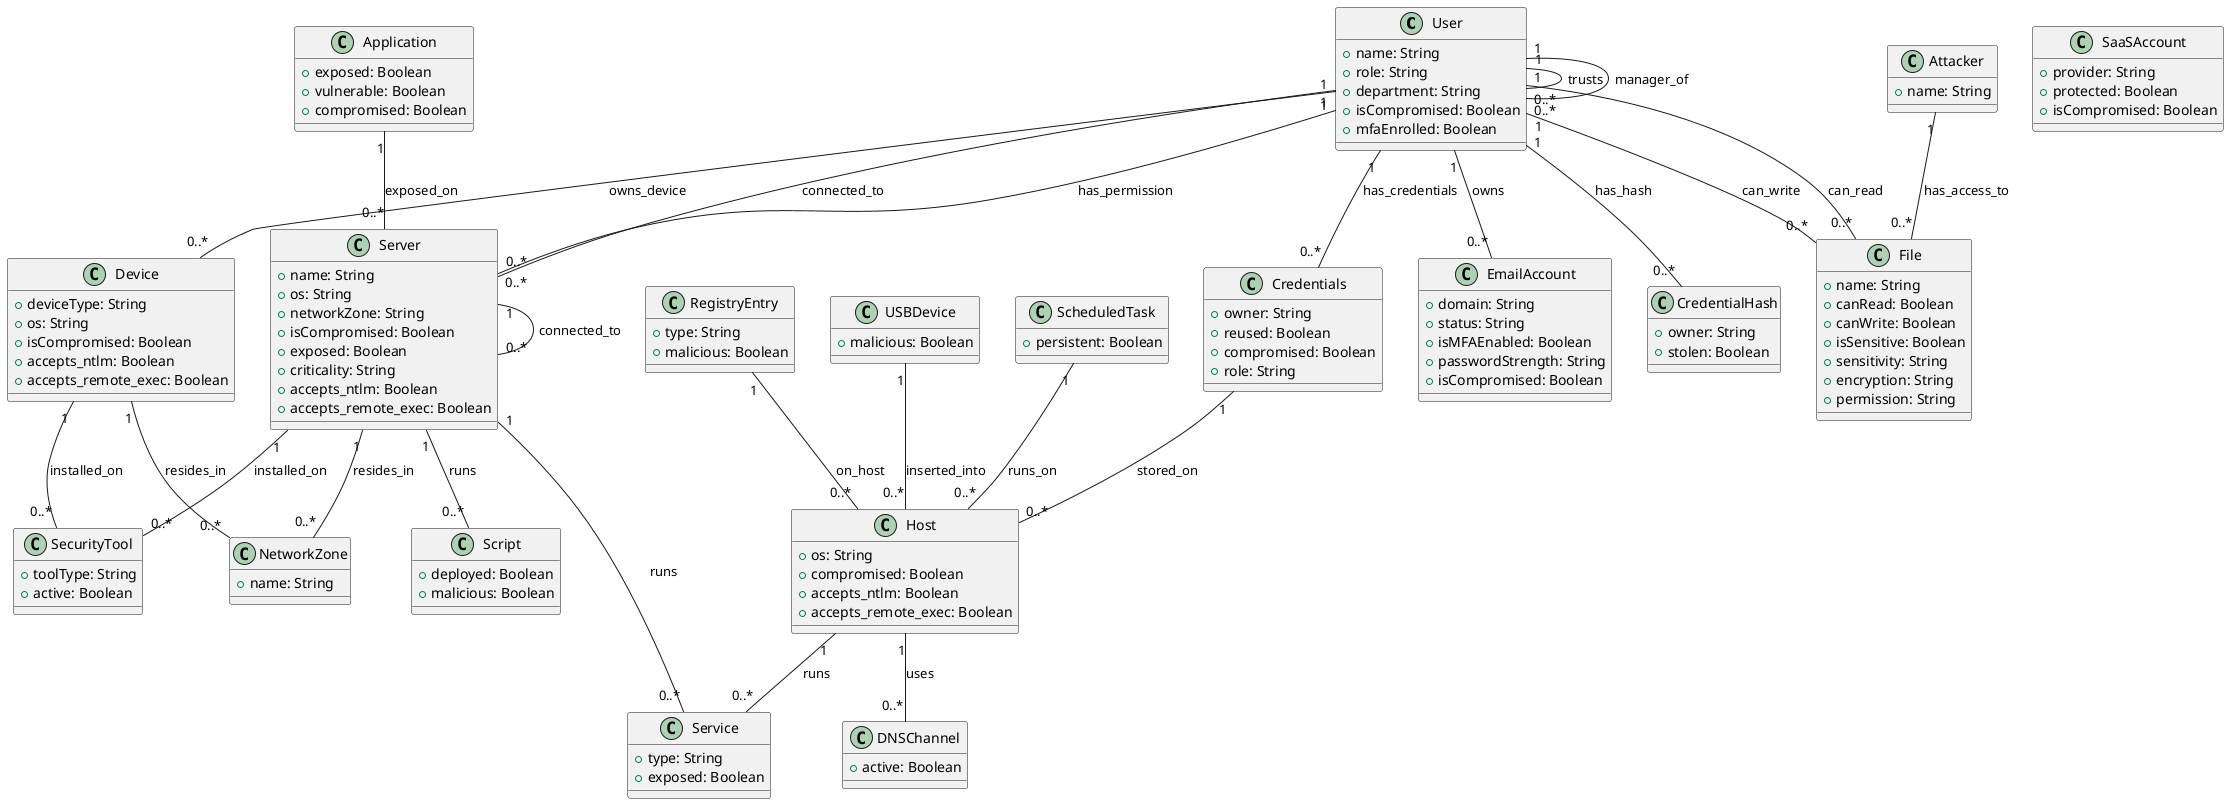
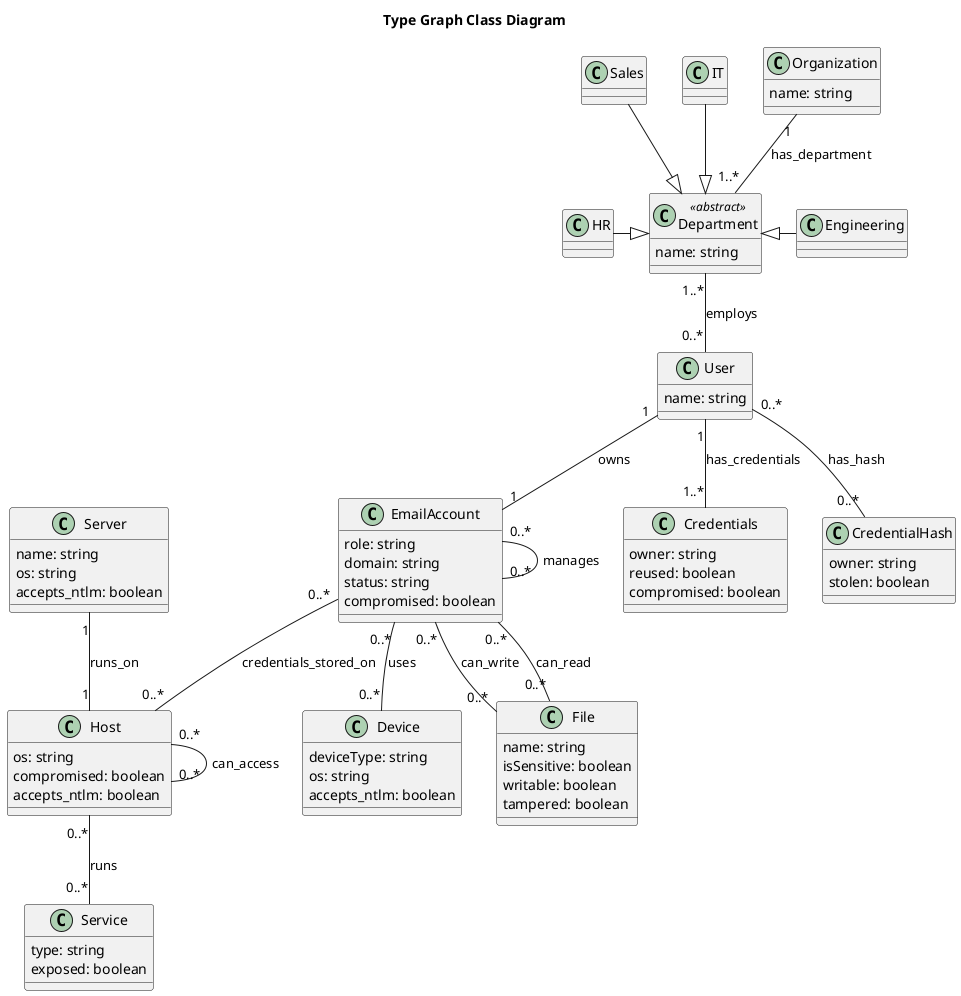
- @startuml
+ @startuml type_graph_class_diagram
+ title "Type Graph Class Diagram"


+ class Department <<abstract>> {
+   name: string
+ }
+ 
+ class Sales
+ class Engineering
+ class IT
+ class HR
+ 
+ 
+ Sales --|> Department
+ Engineering -left-|> Department
+ IT --|> Department
+ HR -right-|> Department
+ 
+ class Organization {
+   name: string
+ }
+ 
class User {
-   +name: String
-   +role: String
-   +department: String
-   +isCompromised: Boolean
-   +mfaEnrolled: Boolean
+   name: string
}

class Device {
-   +deviceType: String
-   +os: String
-   +isCompromised: Boolean
-   +accepts_ntlm: Boolean
-   +accepts_remote_exec: Boolean
+   deviceType: string
+   os: string
+   accepts_ntlm: boolean
+ }
+ 
+ class EmailAccount {
+   role: string
+   domain: string
+   status: string
+   compromised: boolean
}

class Server {
-   +name: String
-   +os: String
-   +networkZone: String
-   +isCompromised: Boolean
-   +exposed: Boolean
-   +criticality: String
-   +accepts_ntlm: Boolean
-   +accepts_remote_exec: Boolean
+   name: string
+   os: string
+   accepts_ntlm: boolean
}

class Host {
-   +os: String
-   +compromised: Boolean
-   +accepts_ntlm: Boolean
-   +accepts_remote_exec: Boolean
+   os: string
+   compromised: boolean
+   accepts_ntlm: boolean
}

- class EmailAccount {
-   +domain: String
-   +status: String
-   +isMFAEnabled: Boolean
-   +passwordStrength: String
-   +isCompromised: Boolean
+ class Service {
+   type: string
+   exposed: boolean
}

- class SaaSAccount {
-   +provider: String
-   +protected: Boolean
-   +isCompromised: Boolean
+ class File {
+   name: string
+   isSensitive: boolean
+   writable: boolean
+   tampered: boolean
}

class Credentials {
-   +owner: String
-   +reused: Boolean
-   +compromised: Boolean
-   +role: String
+   owner: string
+   reused: boolean
+   compromised: boolean
}

class CredentialHash {
-   +owner: String
-   +stolen: Boolean
+   owner: string
+   stolen: boolean
}

- class SecurityTool {
-   +toolType: String
-   +active: Boolean
- }
- 
- class File {
-   +name: String
-   +canRead: Boolean
-   +canWrite: Boolean
-   +isSensitive: Boolean
-   +sensitivity: String
-   +encryption: String
-   +permission: String
- }
- 
- class Application {
-   +exposed: Boolean
-   +vulnerable: Boolean
-   +compromised: Boolean
- }
- 
- class Service {
-   +type: String
-   +exposed: Boolean
- }
- 
- class Script {
-   +deployed: Boolean
-   +malicious: Boolean
- }
- 
- class USBDevice {
-   +malicious: Boolean
- }
- 
- class DNSChannel {
-   +active: Boolean
- }
- 
- class ScheduledTask {
-   +persistent: Boolean
- }
- 
- class RegistryEntry {
-   +type: String
-   +malicious: Boolean
- }
- 
- class NetworkZone {
-   +name: String
- }
- 
- class Attacker {
-   +name: String
- }
- 
- 
- User "1" -- "0..*" EmailAccount : owns
- User "1" -- "0..*" Device : owns_device
- User "1" -- "0..*" Credentials : has_credentials
- User "1" -- "0..*" CredentialHash : has_hash
- Device "1" -- "0..*" SecurityTool : installed_on
- Server "1" -- "0..*" SecurityTool : installed_on
- User "1" -- "0..*" File : can_write
- User "1" -- "0..*" File : can_read
- User "1" -- "0..*" Server : has_permission
- User "1" -- "0..*" Server : connected_to
- Server "1" -- "0..*" Server : connected_to
- Server "1" -- "0..*" NetworkZone : resides_in
- Device "1" -- "0..*" NetworkZone : resides_in
- User "1" -- "0..*" User : trusts
- User "1" -- "0..*" User : manager_of
- Server "1" -- "0..*" Service : runs
- Host "1" -- "0..*" Service : runs
- Application "1" -- "0..*" Server : exposed_on
- Server "1" -- "0..*" Script : runs
- USBDevice "1" -- "0..*" Host : inserted_into
- Host "1" -- "0..*" DNSChannel : uses
- ScheduledTask "1" -- "0..*" Host : runs_on
- RegistryEntry "1" -- "0..*" Host : on_host
- Attacker "1" -- "0..*" File : has_access_to
- Credentials "1" -- "0..*" Host : stored_on
+ Organization "1" -- "1..*" Department : has_department
+ Department "1..*" -- "0..*" User : employs
+ EmailAccount "0..*" -- "0..*" Device : uses
+ User "1" -- "1" EmailAccount : owns
+ EmailAccount "0..*" -- "0..*" EmailAccount : manages
+ Server "1" -- "1" Host : runs_on
+ Host "0..*" -- "0..*" Service : runs
+ EmailAccount "0..*" -- "0..*" File : can_write
+ EmailAccount "0..*" -- "0..*" File : can_read
+ User "1" -- "1..*" Credentials : has_credentials
+ User "0..*" -- "0..*" CredentialHash : has_hash
+ Host "0..*" -- "0..*" Host : can_access
+ EmailAccount "0..*" -- "0..*" Host : credentials_stored_on

@enduml